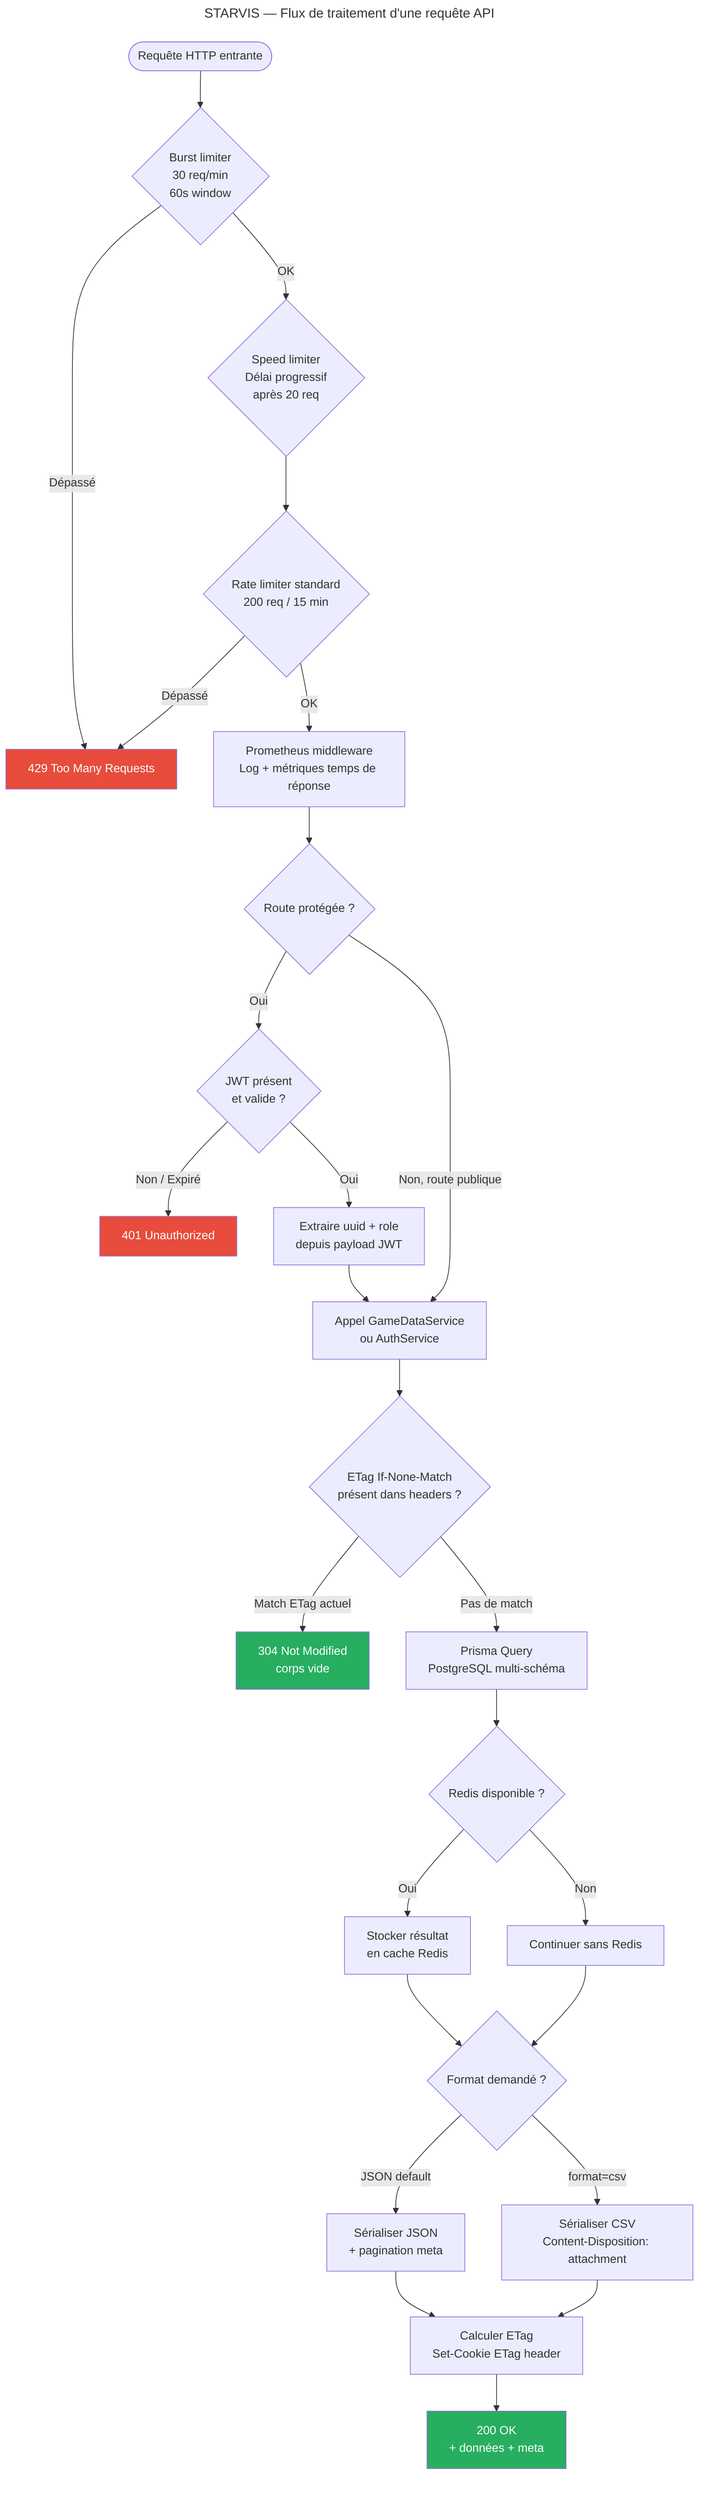
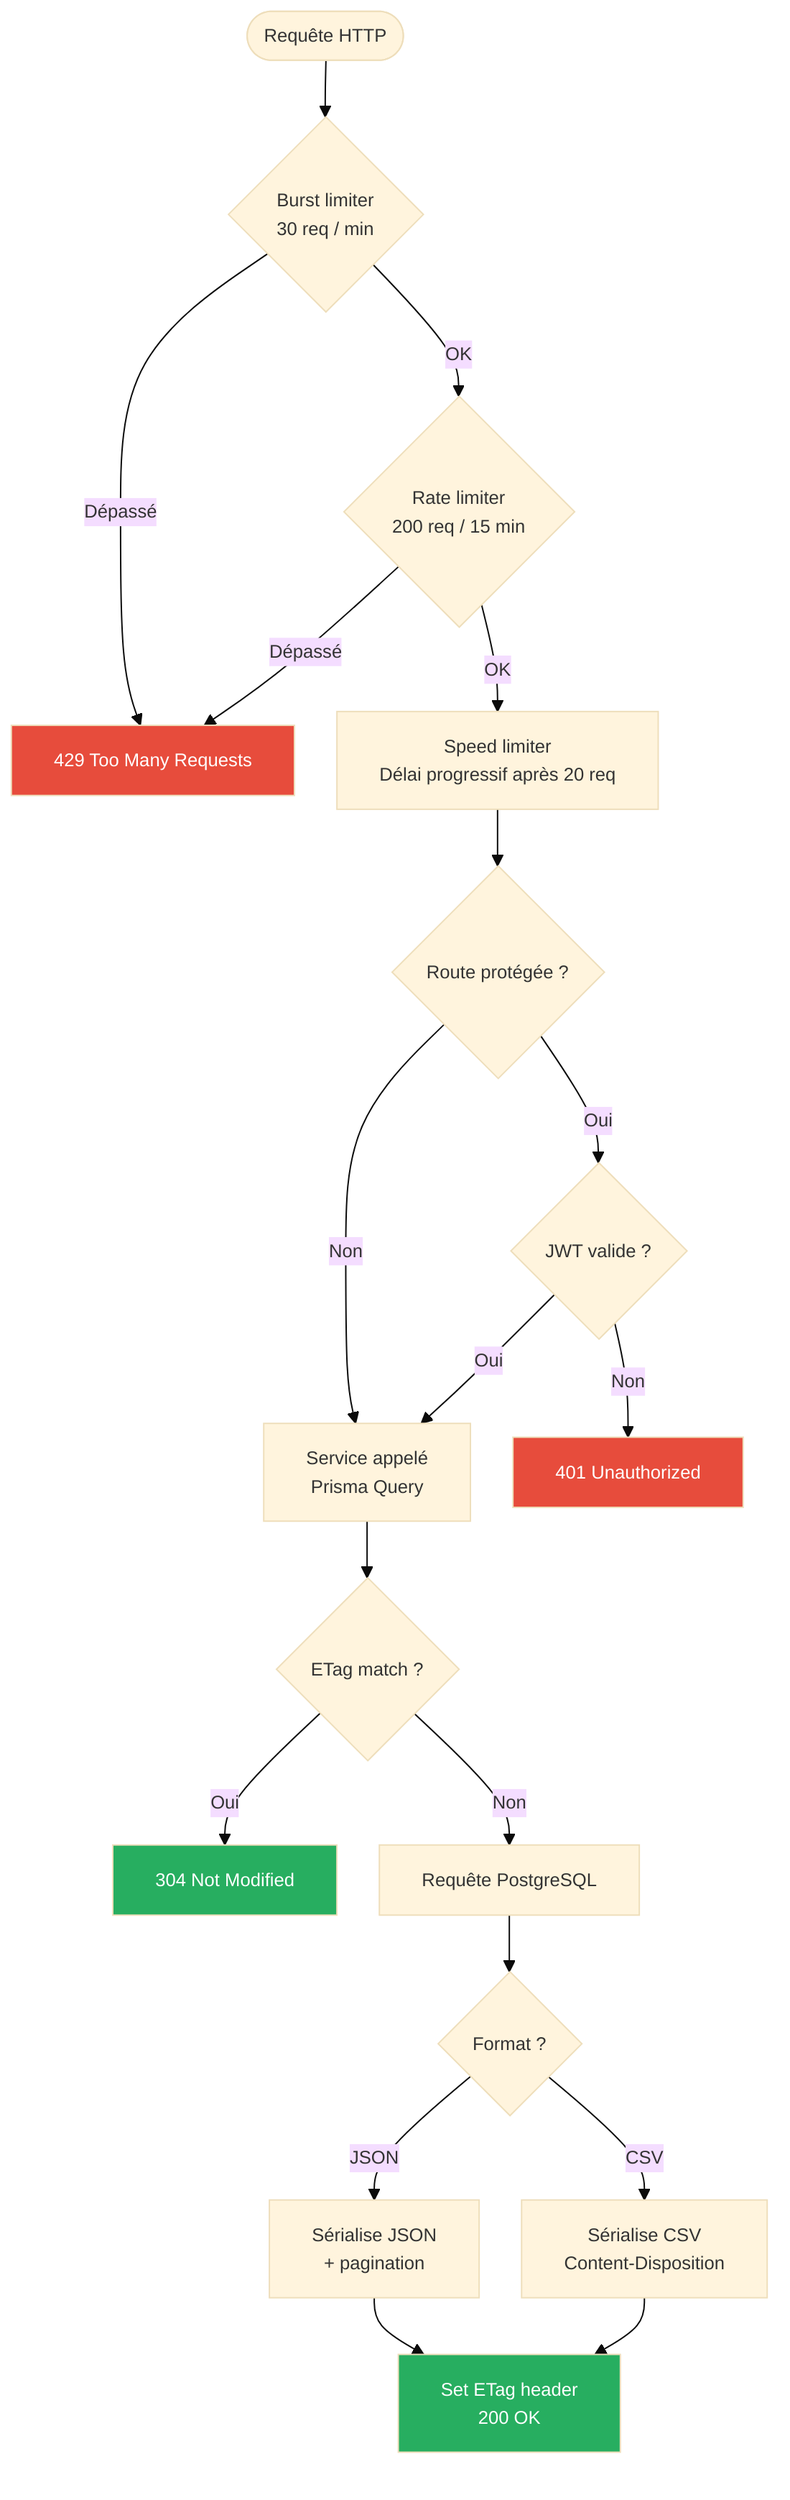
- ---
- title: STARVIS — Flux de traitement d'une requête API
- ---
+ %%{init: {'theme': 'base', 'themeVariables': {'fontSize': '13px', 'fontFamily': 'Arial'}, 'flowchart': {'nodeSpacing': 30, 'rankSpacing': 40, 'useMaxWidth': true}}}%%
flowchart TD
-     A([Requête HTTP entrante]) --> B
+     A([Requête HTTP]) --> B

-     B{Burst limiter\n30 req/min\n60s window}
+     B{Burst limiter\n30 req / min}
    B -- Dépassé --> C[429 Too Many Requests]
    B -- OK --> D

-     D{Speed limiter\nDélai progressif\naprès 20 req}
-     D --> E
+     D{Rate limiter\n200 req / 15 min}
+     D -- Dépassé --> C
+     D -- OK --> E

-     E{Rate limiter standard\n200 req / 15 min}
-     E -- Dépassé --> C
-     E -- OK --> F
+     E[Speed limiter\nDélai progressif après 20 req]
+     E --> F

-     F[Prometheus middleware\nLog + métriques temps de réponse]
-     F --> G
+     F{Route protégée ?}
+     F -- Oui --> G
+     F -- Non --> I

-     G{Route protégée ?}
-     G -- Oui --> H
-     G -- Non, route publique --> K
+     G{JWT valide ?}
+     G -- Non --> H[401 Unauthorized]
+     G -- Oui --> I

-     H{JWT présent\net valide ?}
-     H -- Non / Expiré --> I[401 Unauthorized]
-     H -- Oui --> J[Extraire uuid + role\ndepuis payload JWT]
-     J --> K
+     I[Service appelé\nPrisma Query]
+     I --> J

-     K[Appel GameDataService\nou AuthService]
-     K --> L
+     J{ETag match ?}
+     J -- Oui --> K[304 Not Modified]
+     J -- Non --> L[Requête PostgreSQL]

-     L{ETag If-None-Match\nprésent dans headers ?}
-     L -- Match ETag actuel --> M[304 Not Modified\ncorps vide]
-     L -- Pas de match --> N
- 
-     N[Prisma Query\nPostgreSQL multi-schéma]
-     N --> O
- 
-     O{Redis disponible ?}
-     O -- Oui --> P[Stocker résultat\nen cache Redis]
-     O -- Non --> Q[Continuer sans Redis]
-     P --> R
-     Q --> R
- 
-     R{Format demandé ?}
-     R -- JSON default --> S[Sérialiser JSON\n+ pagination meta]
-     R -- format=csv --> T[Sérialiser CSV\nContent-Disposition: attachment]
-     S --> U
-     T --> U
- 
-     U[Calculer ETag\nSet-Cookie ETag header]
-     U --> V[200 OK\n+ données + meta]
+     L --> M{Format ?}
+     M -- JSON --> N[Sérialise JSON\n+ pagination]
+     M -- CSV --> O[Sérialise CSV\nContent-Disposition]
+     N --> P[Set ETag header\n200 OK]
+     O --> P

    style C fill:#e74c3c,color:#fff
-     style I fill:#e74c3c,color:#fff
-     style M fill:#27ae60,color:#fff
-     style V fill:#27ae60,color:#fff
+     style H fill:#e74c3c,color:#fff
+     style K fill:#27ae60,color:#fff
+     style P fill:#27ae60,color:#fff
